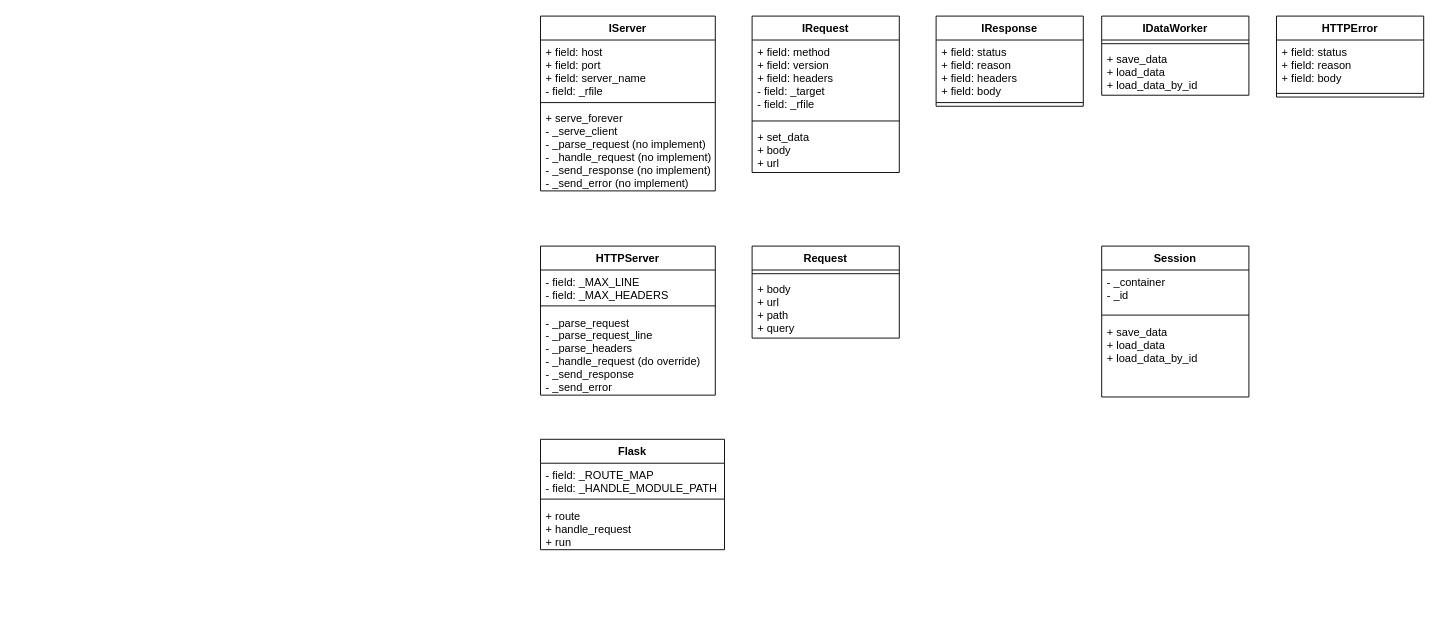
Above: my_flask.drawio in AlexanderKorovayev/MyFlask (draw.io), before the change. Source tidied: cells renumbered, new cells numbered last; positions are measured from the earlier drawing's top-left corner, leaving out a move shared by most shapes. Both pictures are drawn from the tidied source at 92%, with x=0, y=0 at pixel (540, 16).
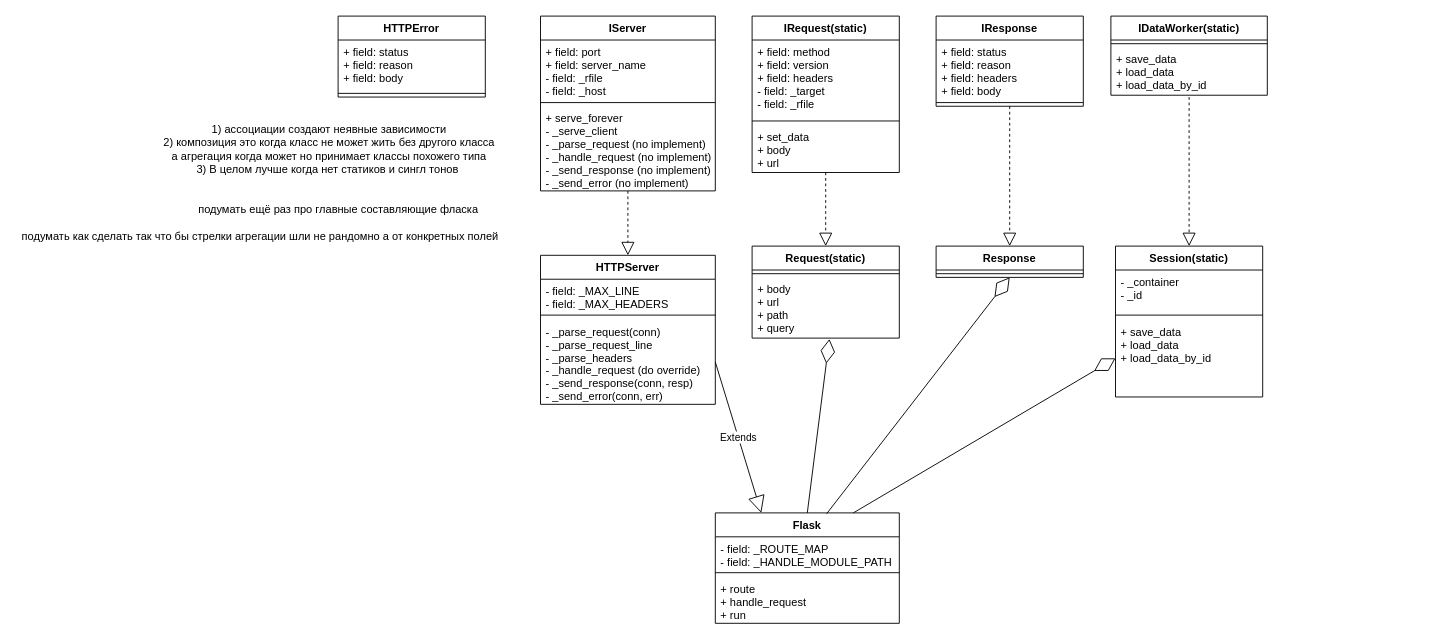
The same diagram, later.

Commit message (it also covers changes not shown here):
продолжил работу над архитектурой

The change refers to these unchanged cells:
```xml
<mxCell id="5" value="+ set_data&#10;+ body&#10;+ url" style="text;strokeColor=none;fillColor=none;align=left;verticalAlign=top;spacingLeft=4;spacingRight=4;overflow=hidden;points=[[0,0.5],[1,0.5]];portConstraint=eastwest;" parent="2" vertex="1">
  <mxGeometry y="118" width="160" height="52" as="geometry" />
</mxCell>
<mxCell id="6" value="IServer" style="swimlane;fontStyle=1;align=center;verticalAlign=top;horizontal=1;startSize=26;" parent="1" vertex="1">
  <mxGeometry width="190" height="190" as="geometry" />
</mxCell>
<mxCell id="9" value="+ serve_forever&#10;- _serve_client&#10;- _parse_request (no implement)&#10;- _handle_request (no implement)&#10;- _send_response (no implement)&#10;- _send_error (no implement)&#10;" style="text;strokeColor=none;fillColor=none;align=left;verticalAlign=top;spacingLeft=4;spacingRight=4;overflow=hidden;points=[[0,0.5],[1,0.5]];portConstraint=eastwest;" parent="6" vertex="1">
  <mxGeometry y="98" width="190" height="92" as="geometry" />
</mxCell>
<mxCell id="25" value="+ body&#10;+ url&#10;+ path&#10;+ query" style="text;strokeColor=none;fillColor=none;align=left;verticalAlign=top;spacingLeft=4;spacingRight=4;overflow=hidden;points=[[0,0.5],[1,0.5]];portConstraint=eastwest;" parent="23" vertex="1">
  <mxGeometry y="34" width="160" height="66" as="geometry" />
</mxCell>
<mxCell id="29" value="+ save_data&#10;+ load_data&#10;+ load_data_by_id" style="text;strokeColor=none;fillColor=none;align=left;verticalAlign=top;spacingLeft=4;spacingRight=4;overflow=hidden;points=[[0,0.5],[1,0.5]];portConstraint=eastwest;" parent="26" vertex="1">
  <mxGeometry y="80" width="160" height="84" as="geometry" />
</mxCell>
```

What changed in the source:
```diff
@@
-    <mxCell id="2" value="IRequest" style="swimlane;fontStyle=1;align=center;verticalAlign=top;horizontal=1;startSize=26;" parent="1" vertex="1">
+    <mxCell id="2" value="IRequest(static)" style="swimlane;fontStyle=1;align=center;verticalAlign=top;horizontal=1;startSize=26;" parent="1" vertex="1">
       <mxGeometry x="230" width="160" height="170" as="geometry" />
     </mxCell>
@@
-    <mxCell id="7" value="+ field: host&#10;+ field: port&#10;+ field: server_name&#10;- field: _rfile" style="text;strokeColor=none;fillColor=none;align=left;verticalAlign=top;spacingLeft=4;spacingRight=4;overflow=hidden;" parent="6" vertex="1">
+    <mxCell id="7" value="+ field: port&#10;+ field: server_name&#10;- field: _rfile&#10;- field: _host" style="text;strokeColor=none;fillColor=none;align=left;verticalAlign=top;spacingLeft=4;spacingRight=4;overflow=hidden;" parent="6" vertex="1">
       <mxGeometry y="26" width="190" height="64" as="geometry" />
     </mxCell>
@@
-    <mxCell id="13" value="IDataWorker" style="swimlane;fontStyle=1;align=center;verticalAlign=top;horizontal=1;startSize=26;" parent="1" vertex="1">
-      <mxGeometry x="610" width="160" height="86" as="geometry" />
+    <mxCell id="13" value="IDataWorker(static)" style="swimlane;fontStyle=1;align=center;verticalAlign=top;horizontal=1;startSize=26;" parent="1" vertex="1">
+      <mxGeometry x="620" width="170" height="86" as="geometry" />
     </mxCell>
     <mxCell id="14" style="line;strokeWidth=1;fillColor=none;align=left;verticalAlign=middle;spacingTop=-1;spacingLeft=3;spacingRight=3;labelPosition=right;" parent="13" vertex="1">
-      <mxGeometry y="26" width="160" height="8" as="geometry" />
+      <mxGeometry y="26" width="170" height="8" as="geometry" />
     </mxCell>
     <mxCell id="15" value="+ save_data&#10;+ load_data&#10;+ load_data_by_id" style="text;strokeColor=none;fillColor=none;align=left;verticalAlign=top;spacingLeft=4;spacingRight=4;overflow=hidden;" parent="13" vertex="1">
-      <mxGeometry y="34" width="160" height="52" as="geometry" />
+      <mxGeometry y="34" width="170" height="52" as="geometry" />
     </mxCell>
     <mxCell id="16" value="HTTPError" style="swimlane;fontStyle=1;align=center;verticalAlign=top;horizontal=1;startSize=26;" parent="1" vertex="1">
-      <mxGeometry x="800" width="160" height="88" as="geometry" />
+      <mxGeometry x="-220" width="160" height="88" as="geometry" />
     </mxCell>
@@
     <mxCell id="19" value="HTTPServer" style="swimlane;fontStyle=1;align=center;verticalAlign=top;horizontal=1;startSize=26;" parent="1" vertex="1">
-      <mxGeometry y="250" width="190" height="162" as="geometry" />
+      <mxGeometry y="260" width="190" height="162" as="geometry" />
     </mxCell>
@@
-    <mxCell id="22" value="- _parse_request&#10;- _parse_request_line&#10;- _parse_headers &#10;- _handle_request (do override)&#10;- _send_response&#10;- _send_error" style="text;strokeColor=none;fillColor=none;align=left;verticalAlign=top;spacingLeft=4;spacingRight=4;overflow=hidden;points=[[0,0.5],[1,0.5]];portConstraint=eastwest;" parent="19" vertex="1">
+    <mxCell id="22" value="- _parse_request(conn)&#10;- _parse_request_line&#10;- _parse_headers &#10;- _handle_request (do override)&#10;- _send_response(conn, resp)&#10;- _send_error(conn, err)" style="text;strokeColor=none;fillColor=none;align=left;verticalAlign=top;spacingLeft=4;spacingRight=4;overflow=hidden;points=[[0,0.5],[1,0.5]];portConstraint=eastwest;" parent="19" vertex="1">
       <mxGeometry y="70" width="190" height="92" as="geometry" />
     </mxCell>
-    <mxCell id="23" value="Request" style="swimlane;fontStyle=1;align=center;verticalAlign=top;horizontal=1;startSize=26;" parent="1" vertex="1">
+    <mxCell id="23" value="Request(static)" style="swimlane;fontStyle=1;align=center;verticalAlign=top;horizontal=1;startSize=26;" parent="1" vertex="1">
       <mxGeometry x="230" y="250" width="160" height="100" as="geometry" />
     </mxCell>
@@
-    <mxCell id="26" value="Session" style="swimlane;fontStyle=1;align=center;verticalAlign=top;horizontal=1;startSize=26;" parent="1" vertex="1">
-      <mxGeometry x="610" y="250" width="160" height="164" as="geometry" />
+    <mxCell id="26" value="Session(static)" style="swimlane;fontStyle=1;align=center;verticalAlign=top;horizontal=1;startSize=26;" parent="1" vertex="1">
+      <mxGeometry x="625" y="250" width="160" height="164" as="geometry" />
     </mxCell>
@@
     <mxCell id="30" value="Flask" style="swimlane;fontStyle=1;align=center;verticalAlign=top;horizontal=1;startSize=26;" parent="1" vertex="1">
-      <mxGeometry y="460" width="200" height="120" as="geometry" />
+      <mxGeometry x="190" y="540" width="200" height="120" as="geometry" />
     </mxCell>
@@
+    <mxCell id="34" style="endArrow=block;dashed=1;endFill=0;endSize=12;html=1;entryX=0.5;entryY=0;entryDx=0;entryDy=0;exitX=0.5;exitY=1;exitDx=0;exitDy=0;exitPerimeter=0;" parent="1" edge="1" source="9" target="19">
+      <mxGeometry relative="1" as="geometry" />
+    </mxCell>
+    <mxCell id="35" style="endArrow=block;dashed=1;endFill=0;endSize=12;html=1;entryX=0.5;entryY=0;entryDx=0;entryDy=0;" parent="1" edge="1" source="5">
+      <mxGeometry relative="1" as="geometry">
+        <mxPoint x="310" y="250" as="targetPoint" />
+      </mxGeometry>
+    </mxCell>
+    <mxCell id="36" style="endArrow=block;dashed=1;endFill=0;endSize=12;html=1;entryX=0.5;entryY=0;entryDx=0;entryDy=0;" parent="1" edge="1" target="26">
+      <mxGeometry relative="1" as="geometry">
+        <mxPoint x="705" y="88" as="sourcePoint" />
+      </mxGeometry>
+    </mxCell>
+    <mxCell id="37" value="Response" style="swimlane;fontStyle=1;align=center;verticalAlign=top;horizontal=1;startSize=26;" parent="1" vertex="1">
+      <mxGeometry x="430" y="250" width="160" height="34" as="geometry" />
+    </mxCell>
+    <mxCell id="38" style="line;strokeWidth=1;fillColor=none;align=left;verticalAlign=middle;spacingTop=-1;spacingLeft=3;spacingRight=3;labelPosition=right;" parent="37" vertex="1">
+      <mxGeometry y="26" width="160" height="8" as="geometry" />
+    </mxCell>
+    <mxCell id="39" style="endArrow=block;dashed=1;endFill=0;endSize=12;html=1;" parent="1" edge="1">
+      <mxGeometry relative="1" as="geometry">
+        <mxPoint x="510" y="98" as="sourcePoint" />
+        <mxPoint x="510" y="250" as="targetPoint" />
+      </mxGeometry>
+    </mxCell>
+    <mxCell id="40" value="Extends" style="endArrow=block;endSize=16;endFill=0;html=1;exitX=1;exitY=0.5;exitDx=0;exitDy=0;entryX=0.25;entryY=0;entryDx=0;entryDy=0;" parent="1" edge="1" source="22" target="30">
+      <mxGeometry relative="1" as="geometry" />
+    </mxCell>
+    <mxCell id="41" style="endArrow=diamondThin;endFill=0;endSize=24;html=1;entryX=0.525;entryY=1.015;entryDx=0;entryDy=0;entryPerimeter=0;exitX=0.5;exitY=0;exitDx=0;exitDy=0;" parent="1" edge="1" source="30" target="25">
+      <mxGeometry relative="1" as="geometry" />
+    </mxCell>
+    <mxCell id="42" style="endArrow=diamondThin;endFill=0;endSize=24;html=1;entryX=0;entryY=0.5;entryDx=0;entryDy=0;exitX=0.75;exitY=0;exitDx=0;exitDy=0;" parent="1" edge="1" source="30" target="29">
+      <mxGeometry relative="1" as="geometry" />
+    </mxCell>
+    <mxCell id="43" style="endArrow=diamondThin;endFill=0;endSize=24;html=1;entryX=0.5;entryY=1;entryDx=0;entryDy=0;exitX=0.605;exitY=0.008;exitDx=0;exitDy=0;exitPerimeter=0;" parent="1" edge="1" source="30" target="37">
+      <mxGeometry relative="1" as="geometry" />
+    </mxCell>
+    <mxCell id="44" value="1) ассоциации создают неявные зависимости&lt;br&gt;2) композиция это когда класс не может жить без другого класса&lt;br&gt;а агрегация когда может но принимает классы похожего типа&lt;br&gt;3) В целом лучше когда нет статиков и сингл тонов&amp;nbsp;" style="text;html=1;align=center;verticalAlign=middle;" parent="1" vertex="1">
+      <mxGeometry x="-420" y="115" width="380" height="60" as="geometry" />
+    </mxCell>
+    <mxCell id="45" value="подумать ещё раз про главные составляющие фласка" style="text;html=1;align=center;verticalAlign=middle;" parent="1" vertex="1">
+      <mxGeometry x="-380" y="200" width="320" height="20" as="geometry" />
+    </mxCell>
+    <mxCell id="46" value="подумать как сделать так что бы стрелки агрегации шли не рандомно а от конкретных полей" style="text;html=1;align=center;verticalAlign=middle;" parent="1" vertex="1">
+      <mxGeometry x="-570" y="230" width="530" height="20" as="geometry" />
+    </mxCell>
```
